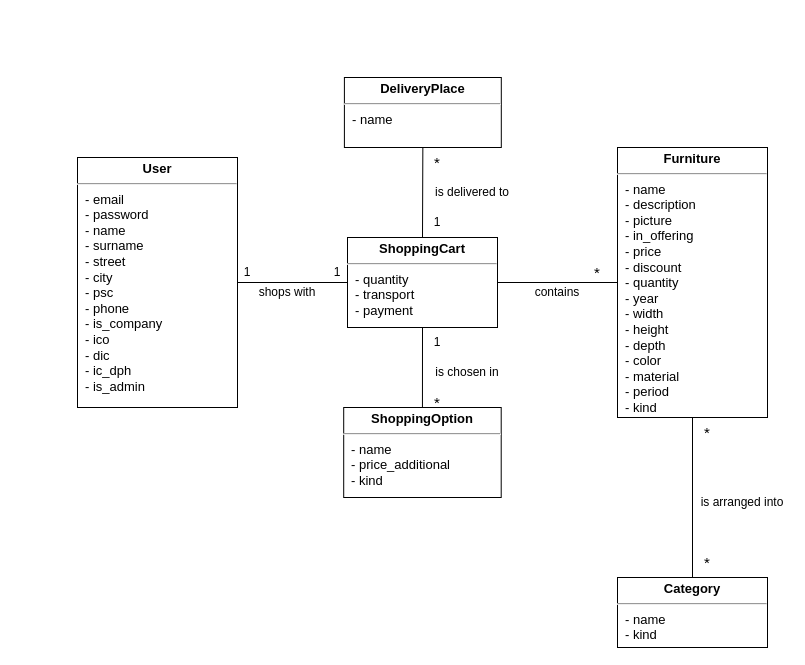
The draw.io diagram LogicalModelDB.drawio in LadislavGaza/wtech-projekt, before the edit. Source tidied: cells renumbered, new cells numbered last; positions are measured from the earlier drawing's top-left corner, leaving out a move shared by most shapes. Both pictures are drawn from the tidied source at 100%, with x=0, y=0 at pixel (77, 77).
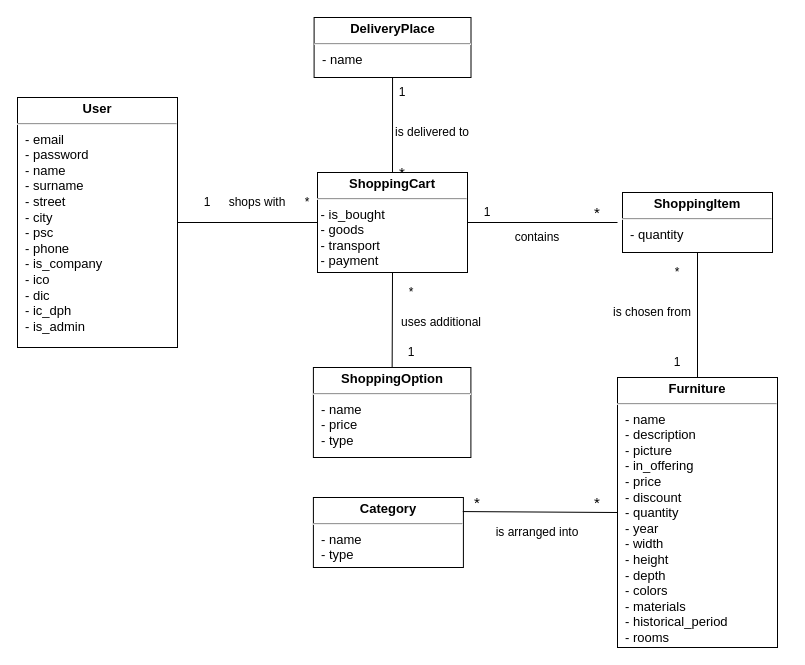
The same diagram, later.

Commit message (it also covers changes not shown here):
Logical model update

Change to the diagram source:
```diff
@@
     <mxCell id="2" value="&lt;p style=&quot;margin: 4px 0px 0px ; text-align: center ; font-size: 13px&quot;&gt;&lt;b&gt;&lt;font style=&quot;font-size: 13px&quot;&gt;User&lt;/font&gt;&lt;/b&gt;&lt;/p&gt;&lt;hr style=&quot;font-size: 13px&quot;&gt;&lt;p style=&quot;margin: 0px 0px 0px 8px ; font-size: 13px&quot;&gt;&lt;font style=&quot;font-size: 13px&quot;&gt;- email&lt;/font&gt;&lt;/p&gt;&lt;p style=&quot;margin: 0px 0px 0px 8px ; font-size: 13px&quot;&gt;&lt;font style=&quot;font-size: 13px&quot;&gt;- password&lt;/font&gt;&lt;/p&gt;&lt;p style=&quot;margin: 0px 0px 0px 8px ; font-size: 13px&quot;&gt;&lt;font style=&quot;font-size: 13px&quot;&gt;- name&lt;/font&gt;&lt;/p&gt;&lt;p style=&quot;margin: 0px 0px 0px 8px ; font-size: 13px&quot;&gt;&lt;font style=&quot;font-size: 13px&quot;&gt;- surname&lt;/font&gt;&lt;/p&gt;&lt;p style=&quot;margin: 0px 0px 0px 8px ; font-size: 13px&quot;&gt;&lt;font style=&quot;font-size: 13px&quot;&gt;- street&lt;/font&gt;&lt;/p&gt;&lt;p style=&quot;margin: 0px 0px 0px 8px ; font-size: 13px&quot;&gt;&lt;font style=&quot;font-size: 13px&quot;&gt;- city&lt;/font&gt;&lt;/p&gt;&lt;p style=&quot;margin: 0px 0px 0px 8px ; font-size: 13px&quot;&gt;&lt;font style=&quot;font-size: 13px&quot;&gt;- psc&lt;/font&gt;&lt;/p&gt;&lt;p style=&quot;margin: 0px 0px 0px 8px ; font-size: 13px&quot;&gt;&lt;font style=&quot;font-size: 13px&quot;&gt;- phone&lt;/font&gt;&lt;/p&gt;&lt;p style=&quot;margin: 0px 0px 0px 8px ; font-size: 13px&quot;&gt;&lt;font style=&quot;font-size: 13px&quot;&gt;- is_company&lt;/font&gt;&lt;/p&gt;&lt;p style=&quot;margin: 0px 0px 0px 8px ; font-size: 13px&quot;&gt;&lt;font style=&quot;font-size: 13px&quot;&gt;- ico&lt;/font&gt;&lt;/p&gt;&lt;p style=&quot;margin: 0px 0px 0px 8px ; font-size: 13px&quot;&gt;&lt;font style=&quot;font-size: 13px&quot;&gt;- dic&lt;/font&gt;&lt;/p&gt;&lt;p style=&quot;margin: 0px 0px 0px 8px ; font-size: 13px&quot;&gt;- ic_dph&lt;/p&gt;&lt;p style=&quot;margin: 0px 0px 0px 8px ; font-size: 13px&quot;&gt;- is_admin&lt;br&gt;&lt;/p&gt;&lt;p style=&quot;margin: 0px 0px 0px 8px ; font-size: 13px&quot;&gt;&lt;font style=&quot;font-size: 13px&quot;&gt;&lt;br&gt;&lt;/font&gt;&lt;/p&gt;" style="verticalAlign=top;align=left;overflow=fill;fontSize=12;fontFamily=Helvetica;html=1;" parent="1" vertex="1">
-      <mxGeometry y="80" width="160" height="250" as="geometry" />
+      <mxGeometry x="-60" y="20" width="160" height="250" as="geometry" />
     </mxCell>
-    <mxCell id="3" value="&lt;p style=&quot;margin: 4px 0px 0px ; text-align: center ; font-size: 13px&quot;&gt;&lt;b&gt;&lt;font style=&quot;font-size: 13px&quot;&gt;Furniture&lt;/font&gt;&lt;/b&gt;&lt;/p&gt;&lt;hr style=&quot;font-size: 13px&quot;&gt;&lt;p style=&quot;margin: 0px 0px 0px 8px ; font-size: 13px&quot;&gt;&lt;font style=&quot;font-size: 13px&quot;&gt;- name&lt;/font&gt;&lt;/p&gt;&lt;p style=&quot;margin: 0px 0px 0px 8px ; font-size: 13px&quot;&gt;&lt;font style=&quot;font-size: 13px&quot;&gt;- description&lt;/font&gt;&lt;/p&gt;&lt;p style=&quot;margin: 0px 0px 0px 8px ; font-size: 13px&quot;&gt;&lt;font style=&quot;font-size: 13px&quot;&gt;- picture&lt;/font&gt;&lt;/p&gt;&lt;p style=&quot;margin: 0px 0px 0px 8px ; font-size: 13px&quot;&gt;&lt;font style=&quot;font-size: 13px&quot;&gt;- in_offering&lt;/font&gt;&lt;/p&gt;&lt;p style=&quot;margin: 0px 0px 0px 8px ; font-size: 13px&quot;&gt;&lt;font style=&quot;font-size: 13px&quot;&gt;- price&lt;/font&gt;&lt;/p&gt;&lt;p style=&quot;margin: 0px 0px 0px 8px ; font-size: 13px&quot;&gt;&lt;font style=&quot;font-size: 13px&quot;&gt;- discount&lt;/font&gt;&lt;/p&gt;&lt;p style=&quot;margin: 0px 0px 0px 8px ; font-size: 13px&quot;&gt;&lt;font style=&quot;font-size: 13px&quot;&gt;- quantity&lt;/font&gt;&lt;/p&gt;&lt;p style=&quot;margin: 0px 0px 0px 8px ; font-size: 13px&quot;&gt;&lt;font style=&quot;font-size: 13px&quot;&gt;- year&lt;/font&gt;&lt;/p&gt;&lt;p style=&quot;margin: 0px 0px 0px 8px ; font-size: 13px&quot;&gt;- width&lt;/p&gt;&lt;p style=&quot;margin: 0px 0px 0px 8px ; font-size: 13px&quot;&gt;- height&lt;/p&gt;&lt;p style=&quot;margin: 0px 0px 0px 8px ; font-size: 13px&quot;&gt;- depth&lt;/p&gt;&lt;p style=&quot;margin: 0px 0px 0px 8px ; font-size: 13px&quot;&gt;- color&lt;/p&gt;&lt;p style=&quot;margin: 0px 0px 0px 8px ; font-size: 13px&quot;&gt;- material&lt;/p&gt;&lt;p style=&quot;margin: 0px 0px 0px 8px ; font-size: 13px&quot;&gt;- period&lt;/p&gt;&lt;p style=&quot;margin: 0px 0px 0px 8px ; font-size: 13px&quot;&gt;- kind&lt;br&gt;&lt;/p&gt;&lt;p style=&quot;margin: 0px 0px 0px 8px ; font-size: 13px&quot;&gt;&lt;font style=&quot;font-size: 13px&quot;&gt;&lt;br&gt;&lt;/font&gt;&lt;/p&gt;" style="verticalAlign=top;align=left;overflow=fill;fontSize=12;fontFamily=Helvetica;html=1;" parent="1" vertex="1">
-      <mxGeometry x="540" y="70" width="150" height="270" as="geometry" />
+    <mxCell id="3" value="&lt;p style=&quot;margin: 4px 0px 0px ; text-align: center ; font-size: 13px&quot;&gt;&lt;b&gt;&lt;font style=&quot;font-size: 13px&quot;&gt;Furniture&lt;/font&gt;&lt;/b&gt;&lt;/p&gt;&lt;hr style=&quot;font-size: 13px&quot;&gt;&lt;p style=&quot;margin: 0px 0px 0px 8px ; font-size: 13px&quot;&gt;&lt;font style=&quot;font-size: 13px&quot;&gt;- name&lt;/font&gt;&lt;/p&gt;&lt;p style=&quot;margin: 0px 0px 0px 8px ; font-size: 13px&quot;&gt;&lt;font style=&quot;font-size: 13px&quot;&gt;- description&lt;/font&gt;&lt;/p&gt;&lt;p style=&quot;margin: 0px 0px 0px 8px ; font-size: 13px&quot;&gt;&lt;font style=&quot;font-size: 13px&quot;&gt;- picture&lt;/font&gt;&lt;/p&gt;&lt;p style=&quot;margin: 0px 0px 0px 8px ; font-size: 13px&quot;&gt;&lt;font style=&quot;font-size: 13px&quot;&gt;- in_offering&lt;/font&gt;&lt;/p&gt;&lt;p style=&quot;margin: 0px 0px 0px 8px ; font-size: 13px&quot;&gt;&lt;font style=&quot;font-size: 13px&quot;&gt;- price&lt;/font&gt;&lt;/p&gt;&lt;p style=&quot;margin: 0px 0px 0px 8px ; font-size: 13px&quot;&gt;&lt;font style=&quot;font-size: 13px&quot;&gt;- discount&lt;/font&gt;&lt;/p&gt;&lt;p style=&quot;margin: 0px 0px 0px 8px ; font-size: 13px&quot;&gt;&lt;font style=&quot;font-size: 13px&quot;&gt;- quantity&lt;/font&gt;&lt;/p&gt;&lt;p style=&quot;margin: 0px 0px 0px 8px ; font-size: 13px&quot;&gt;&lt;font style=&quot;font-size: 13px&quot;&gt;- year&lt;/font&gt;&lt;/p&gt;&lt;p style=&quot;margin: 0px 0px 0px 8px ; font-size: 13px&quot;&gt;- width&lt;/p&gt;&lt;p style=&quot;margin: 0px 0px 0px 8px ; font-size: 13px&quot;&gt;- height&lt;/p&gt;&lt;p style=&quot;margin: 0px 0px 0px 8px ; font-size: 13px&quot;&gt;- depth&lt;/p&gt;&lt;p style=&quot;margin: 0px 0px 0px 8px ; font-size: 13px&quot;&gt;- colors&lt;/p&gt;&lt;p style=&quot;margin: 0px 0px 0px 8px ; font-size: 13px&quot;&gt;- materials&lt;/p&gt;&lt;p style=&quot;margin: 0px 0px 0px 8px ; font-size: 13px&quot;&gt;- historical_period&lt;/p&gt;&lt;p style=&quot;margin: 0px 0px 0px 8px ; font-size: 13px&quot;&gt;- rooms&lt;br&gt;&lt;/p&gt;&lt;p style=&quot;margin: 0px 0px 0px 8px ; font-size: 13px&quot;&gt;&lt;font style=&quot;font-size: 13px&quot;&gt;&lt;br&gt;&lt;/font&gt;&lt;/p&gt;" style="verticalAlign=top;align=left;overflow=fill;fontSize=12;fontFamily=Helvetica;html=1;" parent="1" vertex="1">
+      <mxGeometry x="540" y="300" width="160" height="270" as="geometry" />
     </mxCell>
-    <mxCell id="4" value="&lt;p style=&quot;margin: 4px 0px 0px ; text-align: center ; font-size: 13px&quot;&gt;&lt;b&gt;&lt;font style=&quot;font-size: 13px&quot;&gt;ShoppingCart&lt;/font&gt;&lt;/b&gt;&lt;/p&gt;&lt;hr style=&quot;font-size: 13px&quot;&gt;&lt;p style=&quot;margin: 0px 0px 0px 8px ; font-size: 13px&quot;&gt;&lt;font style=&quot;font-size: 13px&quot;&gt;- quantity&lt;/font&gt;&lt;/p&gt;&lt;p style=&quot;margin: 0px 0px 0px 8px ; font-size: 13px&quot;&gt;&lt;font style=&quot;font-size: 13px&quot;&gt;- transport&lt;br&gt;&lt;/font&gt;&lt;/p&gt;&lt;p style=&quot;margin: 0px 0px 0px 8px ; font-size: 13px&quot;&gt;&lt;font style=&quot;font-size: 13px&quot;&gt;- payment&lt;/font&gt;&lt;/p&gt;" style="verticalAlign=top;align=left;overflow=fill;fontSize=12;fontFamily=Helvetica;html=1;" parent="1" vertex="1">
-      <mxGeometry x="270" y="160" width="150" height="90" as="geometry" />
+    <mxCell id="4" value="&lt;p style=&quot;margin: 4px 0px 0px ; text-align: center ; font-size: 13px&quot;&gt;&lt;b&gt;&lt;font style=&quot;font-size: 13px&quot;&gt;ShoppingCart&lt;/font&gt;&lt;/b&gt;&lt;/p&gt;&lt;hr style=&quot;font-size: 13px&quot;&gt;&lt;div&gt;&lt;font style=&quot;font-size: 13px&quot;&gt;&amp;nbsp;- is_bought &lt;br&gt;&lt;/font&gt;&lt;/div&gt;&lt;div&gt;&lt;font style=&quot;font-size: 13px&quot;&gt;&amp;nbsp;- goods&lt;br&gt;&lt;/font&gt;&lt;/div&gt;&lt;div&gt;&lt;font style=&quot;font-size: 13px&quot;&gt;&amp;nbsp;- transport&lt;/font&gt;&lt;font style=&quot;font-size: 13px&quot;&gt;&lt;br&gt;&lt;/font&gt;&lt;/div&gt;&lt;div&gt;&lt;font style=&quot;font-size: 13px&quot;&gt;&amp;nbsp;- payment&lt;/font&gt;&lt;/div&gt;" style="verticalAlign=top;align=left;overflow=fill;fontSize=12;fontFamily=Helvetica;html=1;" parent="1" vertex="1">
+      <mxGeometry x="240" y="95" width="150" height="100" as="geometry" />
     </mxCell>
@@
-    <mxCell id="6" style="endArrow=none;html=1;entryX=1;entryY=0.5;entryDx=0;entryDy=0;exitX=0;exitY=0.5;exitDx=0;exitDy=0;" parent="1" edge="1" source="3" target="4">
+    <mxCell id="6" style="endArrow=none;html=1;entryX=0.5;entryY=1;entryDx=0;entryDy=0;exitX=0.5;exitY=0;exitDx=0;exitDy=0;" parent="1" edge="1" source="3" target="28">
       <mxGeometry relative="1" as="geometry" />
     </mxCell>
-    <mxCell id="7" value="&lt;p style=&quot;margin: 4px 0px 0px ; text-align: center ; font-size: 13px&quot;&gt;&lt;b&gt;&lt;font style=&quot;font-size: 13px&quot;&gt;ShoppingOption&lt;/font&gt;&lt;/b&gt;&lt;/p&gt;&lt;hr style=&quot;font-size: 13px&quot;&gt;&lt;p style=&quot;margin: 0px 0px 0px 8px ; font-size: 13px&quot;&gt;&lt;font style=&quot;font-size: 13px&quot;&gt;- name&lt;br&gt;&lt;/font&gt;&lt;/p&gt;&lt;p style=&quot;margin: 0px 0px 0px 8px ; font-size: 13px&quot;&gt;&lt;font style=&quot;font-size: 13px&quot;&gt;- price_additional&lt;br&gt;&lt;/font&gt;&lt;/p&gt;&lt;p style=&quot;margin: 0px 0px 0px 8px ; font-size: 13px&quot;&gt;&lt;font style=&quot;font-size: 13px&quot;&gt;- kind&lt;/font&gt;&lt;/p&gt;&lt;p style=&quot;margin: 0px 0px 0px 8px ; font-size: 13px&quot;&gt;&lt;font style=&quot;font-size: 13px&quot;&gt;&lt;br&gt;&lt;/font&gt;&lt;/p&gt;" style="verticalAlign=top;align=left;overflow=fill;fontSize=12;fontFamily=Helvetica;html=1;" parent="1" vertex="1">
-      <mxGeometry x="266.2" y="330" width="157.5" height="90" as="geometry" />
+    <mxCell id="7" value="&lt;p style=&quot;margin: 4px 0px 0px ; text-align: center ; font-size: 13px&quot;&gt;&lt;b&gt;&lt;font style=&quot;font-size: 13px&quot;&gt;ShoppingOption&lt;/font&gt;&lt;/b&gt;&lt;/p&gt;&lt;hr style=&quot;font-size: 13px&quot;&gt;&lt;p style=&quot;margin: 0px 0px 0px 8px ; font-size: 13px&quot;&gt;&lt;font style=&quot;font-size: 13px&quot;&gt;- name&lt;br&gt;&lt;/font&gt;&lt;/p&gt;&lt;p style=&quot;margin: 0px 0px 0px 8px ; font-size: 13px&quot;&gt;&lt;font style=&quot;font-size: 13px&quot;&gt;- price&lt;br&gt;&lt;/font&gt;&lt;/p&gt;&lt;p style=&quot;margin: 0px 0px 0px 8px ; font-size: 13px&quot;&gt;&lt;font style=&quot;font-size: 13px&quot;&gt;- type&lt;br&gt;&lt;/font&gt;&lt;/p&gt;&lt;p style=&quot;margin: 0px 0px 0px 8px ; font-size: 13px&quot;&gt;&lt;font style=&quot;font-size: 13px&quot;&gt;&lt;br&gt;&lt;/font&gt;&lt;/p&gt;" style="verticalAlign=top;align=left;overflow=fill;fontSize=12;fontFamily=Helvetica;html=1;" parent="1" vertex="1">
+      <mxGeometry x="235.9" y="290" width="157.5" height="90" as="geometry" />
     </mxCell>
     <mxCell id="8" value="1" style="text;html=1;strokeColor=none;fillColor=none;align=center;verticalAlign=middle;whiteSpace=wrap;rounded=0;" parent="1" vertex="1">
-      <mxGeometry x="140" y="180" width="60" height="30" as="geometry" />
+      <mxGeometry x="100" y="110" width="60" height="30" as="geometry" />
     </mxCell>
-    <mxCell id="9" value="1" style="text;html=1;strokeColor=none;fillColor=none;align=center;verticalAlign=middle;whiteSpace=wrap;rounded=0;" parent="1" vertex="1">
-      <mxGeometry x="230" y="180" width="60" height="30" as="geometry" />
+    <mxCell id="9" value="*" style="text;html=1;strokeColor=none;fillColor=none;align=center;verticalAlign=middle;whiteSpace=wrap;rounded=0;" parent="1" vertex="1">
+      <mxGeometry x="200" y="110" width="60" height="30" as="geometry" />
     </mxCell>
     <mxCell id="10" value="&lt;font style=&quot;font-size: 15px&quot;&gt;*&lt;/font&gt;" style="text;html=1;strokeColor=none;fillColor=none;align=center;verticalAlign=middle;whiteSpace=wrap;rounded=0;" parent="1" vertex="1">
-      <mxGeometry x="490" y="180" width="60" height="30" as="geometry" />
+      <mxGeometry x="490" y="120" width="60" height="30" as="geometry" />
     </mxCell>
     <mxCell id="11" value="shops with" style="text;html=1;strokeColor=none;fillColor=none;align=center;verticalAlign=middle;whiteSpace=wrap;rounded=0;" parent="1" vertex="1">
-      <mxGeometry x="180" y="200" width="60" height="30" as="geometry" />
+      <mxGeometry x="150" y="110" width="60" height="30" as="geometry" />
     </mxCell>
-    <mxCell id="12" value="&lt;font style=&quot;font-size: 15px&quot;&gt;*&lt;/font&gt;" style="text;html=1;strokeColor=none;fillColor=none;align=center;verticalAlign=middle;whiteSpace=wrap;rounded=0;" parent="1" vertex="1">
-      <mxGeometry x="600" y="470" width="60" height="30" as="geometry" />
-    </mxCell>
@@
-    <mxCell id="14" value="&lt;font style=&quot;font-size: 15px&quot;&gt;*&lt;/font&gt;" style="text;html=1;strokeColor=none;fillColor=none;align=center;verticalAlign=middle;whiteSpace=wrap;rounded=0;" parent="1" vertex="1">
-      <mxGeometry x="330" y="310" width="60" height="30" as="geometry" />
-    </mxCell>
-    <mxCell id="15" value="1" style="text;html=1;strokeColor=none;fillColor=none;align=center;verticalAlign=middle;whiteSpace=wrap;rounded=0;" parent="1" vertex="1">
-      <mxGeometry x="330" y="250" width="60" height="30" as="geometry" />
+    <mxCell id="15" value="*" style="text;html=1;strokeColor=none;fillColor=none;align=center;verticalAlign=middle;whiteSpace=wrap;rounded=0;" parent="1" vertex="1">
+      <mxGeometry x="304" y="200" width="60" height="30" as="geometry" />
     </mxCell>
     <mxCell id="16" value="contains" style="text;html=1;strokeColor=none;fillColor=none;align=center;verticalAlign=middle;whiteSpace=wrap;rounded=0;" parent="1" vertex="1">
-      <mxGeometry x="450" y="200" width="60" height="30" as="geometry" />
+      <mxGeometry x="430" y="145" width="60" height="30" as="geometry" />
     </mxCell>
-    <mxCell id="17" value="is chosen in" style="text;html=1;strokeColor=none;fillColor=none;align=center;verticalAlign=middle;whiteSpace=wrap;rounded=0;" parent="1" vertex="1">
-      <mxGeometry x="355" y="280" width="70" height="30" as="geometry" />
+    <mxCell id="17" value="uses additional" style="text;html=1;strokeColor=none;fillColor=none;align=center;verticalAlign=middle;whiteSpace=wrap;rounded=0;" parent="1" vertex="1">
+      <mxGeometry x="304" y="230" width="120" height="30" as="geometry" />
     </mxCell>
     <mxCell id="18" value="&lt;p style=&quot;margin: 4px 0px 0px ; text-align: center ; font-size: 13px&quot;&gt;&lt;b&gt;&lt;font style=&quot;font-size: 13px&quot;&gt;DeliveryPlace&lt;/font&gt;&lt;/b&gt;&lt;/p&gt;&lt;hr style=&quot;font-size: 13px&quot;&gt;&lt;p style=&quot;margin: 0px 0px 0px 8px ; font-size: 13px&quot;&gt;&lt;font style=&quot;font-size: 13px&quot;&gt;- name&lt;/font&gt;&lt;/p&gt;" style="verticalAlign=top;align=left;overflow=fill;fontSize=12;fontFamily=Helvetica;html=1;" parent="1" vertex="1">
-      <mxGeometry x="266.9" width="156.9" height="70" as="geometry" />
+      <mxGeometry x="236.6" y="-60" width="156.9" height="60" as="geometry" />
     </mxCell>
@@
     <mxCell id="20" value="1" style="text;html=1;strokeColor=none;fillColor=none;align=center;verticalAlign=middle;whiteSpace=wrap;rounded=0;" parent="1" vertex="1">
-      <mxGeometry x="330" y="130" width="60" height="30" as="geometry" />
+      <mxGeometry x="295" width="60" height="30" as="geometry" />
     </mxCell>
     <mxCell id="21" value="&lt;font style=&quot;font-size: 15px&quot;&gt;*&lt;/font&gt;" style="text;html=1;strokeColor=none;fillColor=none;align=center;verticalAlign=middle;whiteSpace=wrap;rounded=0;" parent="1" vertex="1">
-      <mxGeometry x="330" y="70" width="60" height="30" as="geometry" />
+      <mxGeometry x="295" y="80" width="60" height="30" as="geometry" />
     </mxCell>
     <mxCell id="22" value="is delivered to" style="text;html=1;strokeColor=none;fillColor=none;align=center;verticalAlign=middle;whiteSpace=wrap;rounded=0;" parent="1" vertex="1">
-      <mxGeometry x="350" y="100" width="90" height="30" as="geometry" />
+      <mxGeometry x="310" y="40" width="90" height="30" as="geometry" />
     </mxCell>
-    <mxCell id="23" value="&lt;p style=&quot;margin: 4px 0px 0px ; text-align: center ; font-size: 13px&quot;&gt;&lt;b&gt;&lt;font style=&quot;font-size: 13px&quot;&gt;Category&lt;/font&gt;&lt;/b&gt;&lt;/p&gt;&lt;hr style=&quot;font-size: 13px&quot;&gt;&lt;p style=&quot;margin: 0px 0px 0px 8px ; font-size: 13px&quot;&gt;&lt;font style=&quot;font-size: 13px&quot;&gt;- name&lt;/font&gt;&lt;/p&gt;&lt;p style=&quot;margin: 0px 0px 0px 8px ; font-size: 13px&quot;&gt;&lt;font style=&quot;font-size: 13px&quot;&gt;- kind&lt;br&gt;&lt;/font&gt;&lt;/p&gt;&lt;br&gt;&lt;p style=&quot;margin: 0px 0px 0px 8px ; font-size: 13px&quot;&gt;&lt;font style=&quot;font-size: 13px&quot;&gt;&lt;br&gt;&lt;/font&gt;&lt;/p&gt;" style="verticalAlign=top;align=left;overflow=fill;fontSize=12;fontFamily=Helvetica;html=1;" parent="1" vertex="1">
-      <mxGeometry x="540" y="500" width="150" height="70" as="geometry" />
+    <mxCell id="23" value="&lt;p style=&quot;margin: 4px 0px 0px ; text-align: center ; font-size: 13px&quot;&gt;&lt;b&gt;&lt;font style=&quot;font-size: 13px&quot;&gt;Category&lt;/font&gt;&lt;/b&gt;&lt;/p&gt;&lt;hr style=&quot;font-size: 13px&quot;&gt;&lt;p style=&quot;margin: 0px 0px 0px 8px ; font-size: 13px&quot;&gt;&lt;font style=&quot;font-size: 13px&quot;&gt;- name&lt;/font&gt;&lt;/p&gt;&lt;p style=&quot;margin: 0px 0px 0px 8px ; font-size: 13px&quot;&gt;&lt;font style=&quot;font-size: 13px&quot;&gt;- type&lt;br&gt;&lt;/font&gt;&lt;/p&gt;&lt;br&gt;&lt;p style=&quot;margin: 0px 0px 0px 8px ; font-size: 13px&quot;&gt;&lt;font style=&quot;font-size: 13px&quot;&gt;&lt;br&gt;&lt;/font&gt;&lt;/p&gt;" style="verticalAlign=top;align=left;overflow=fill;fontSize=12;fontFamily=Helvetica;html=1;" parent="1" vertex="1">
+      <mxGeometry x="235.9" y="420" width="150" height="70" as="geometry" />
     </mxCell>
-    <mxCell id="24" style="endArrow=none;html=1;rounded=0;fontSize=15;entryX=0.5;entryY=1;entryDx=0;entryDy=0;exitX=0.5;exitY=0;exitDx=0;exitDy=0;" parent="1" edge="1" source="23" target="3">
-      <mxGeometry relative="1" as="geometry" />
-    </mxCell>
     <mxCell id="25" value="&lt;font style=&quot;font-size: 15px&quot;&gt;*&lt;/font&gt;" style="text;html=1;strokeColor=none;fillColor=none;align=center;verticalAlign=middle;whiteSpace=wrap;rounded=0;" parent="1" vertex="1">
-      <mxGeometry x="600" y="340" width="60" height="30" as="geometry" />
+      <mxGeometry x="370" y="410" width="60" height="30" as="geometry" />
     </mxCell>
     <mxCell id="26" value="is arranged into" style="text;html=1;strokeColor=none;fillColor=none;align=center;verticalAlign=middle;whiteSpace=wrap;rounded=0;" parent="1" vertex="1">
-      <mxGeometry x="620" y="410" width="90" height="30" as="geometry" />
+      <mxGeometry x="415" y="440" width="90" height="30" as="geometry" />
     </mxCell>
+    <mxCell id="27" value="1" style="text;html=1;strokeColor=none;fillColor=none;align=center;verticalAlign=middle;whiteSpace=wrap;rounded=0;" parent="1" vertex="1">
+      <mxGeometry x="380" y="120" width="60" height="30" as="geometry" />
+    </mxCell>
+    <mxCell id="28" value="&lt;p style=&quot;margin: 4px 0px 0px ; text-align: center ; font-size: 13px&quot;&gt;&lt;b&gt;&lt;font style=&quot;font-size: 13px&quot;&gt;ShoppingItem&lt;/font&gt;&lt;/b&gt;&lt;/p&gt;&lt;hr style=&quot;font-size: 13px&quot;&gt;&lt;p style=&quot;margin: 0px 0px 0px 8px ; font-size: 13px&quot;&gt;&lt;font style=&quot;font-size: 13px&quot;&gt;- quantity&lt;/font&gt;&lt;/p&gt;" style="verticalAlign=top;align=left;overflow=fill;fontSize=12;fontFamily=Helvetica;html=1;" parent="1" vertex="1">
+      <mxGeometry x="545" y="115" width="150" height="60" as="geometry" />
+    </mxCell>
+    <mxCell id="29" style="endArrow=none;html=1;rounded=0;" parent="1" edge="1" source="4">
+      <mxGeometry relative="1" as="geometry">
+        <mxPoint x="540" y="145" as="targetPoint" />
+      </mxGeometry>
+    </mxCell>
+    <mxCell id="30" value="&lt;font style=&quot;font-size: 15px&quot;&gt;*&lt;/font&gt;" style="text;html=1;strokeColor=none;fillColor=none;align=center;verticalAlign=middle;whiteSpace=wrap;rounded=0;" parent="1" vertex="1">
+      <mxGeometry x="490" y="410" width="60" height="30" as="geometry" />
+    </mxCell>
+    <mxCell id="31" value="is chosen from" style="text;html=1;strokeColor=none;fillColor=none;align=center;verticalAlign=middle;whiteSpace=wrap;rounded=0;" parent="1" vertex="1">
+      <mxGeometry x="530" y="220" width="90" height="30" as="geometry" />
+    </mxCell>
+    <mxCell id="32" value="&lt;div&gt;*&lt;br&gt;&lt;/div&gt;" style="text;html=1;strokeColor=none;fillColor=none;align=center;verticalAlign=middle;whiteSpace=wrap;rounded=0;" parent="1" vertex="1">
+      <mxGeometry x="570" y="180" width="60" height="30" as="geometry" />
+    </mxCell>
+    <mxCell id="33" value="1" style="text;html=1;strokeColor=none;fillColor=none;align=center;verticalAlign=middle;whiteSpace=wrap;rounded=0;" parent="1" vertex="1">
+      <mxGeometry x="570" y="270" width="60" height="30" as="geometry" />
+    </mxCell>
+    <mxCell id="24" style="endArrow=none;html=1;rounded=0;entryX=0;entryY=0.5;entryDx=0;entryDy=0;exitX=0.996;exitY=0.201;exitDx=0;exitDy=0;exitPerimeter=0;" parent="1" edge="1" source="23" target="3">
+      <mxGeometry relative="1" as="geometry" />
+    </mxCell>
+    <mxCell id="34" value="1" style="text;html=1;strokeColor=none;fillColor=none;align=center;verticalAlign=middle;whiteSpace=wrap;rounded=0;" parent="1" vertex="1">
+      <mxGeometry x="304" y="260" width="60" height="30" as="geometry" />
+    </mxCell>
```
